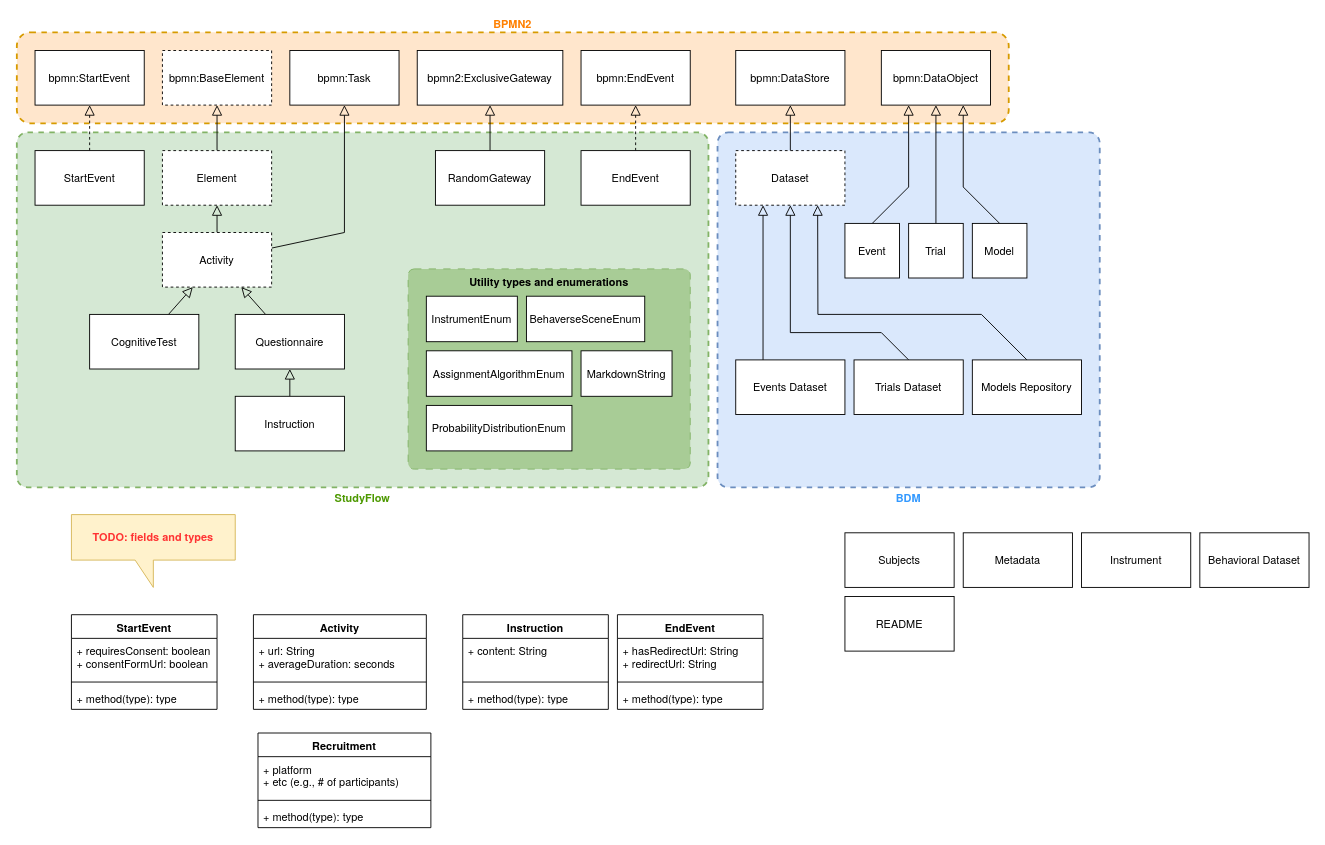
Above: page "Page-1" (1 of 6) of docs/assets/img/extra_figures.drawio in behaverse/studyflow-modeler (draw.io), before the change. Source tidied: cells renumbered, new cells numbered last; positions are measured from the earlier drawing's top-left corner, leaving out a move shared by most shapes. Both pictures are drawn from the tidied source at 91%, with x=0, y=0 at pixel (16, 32).
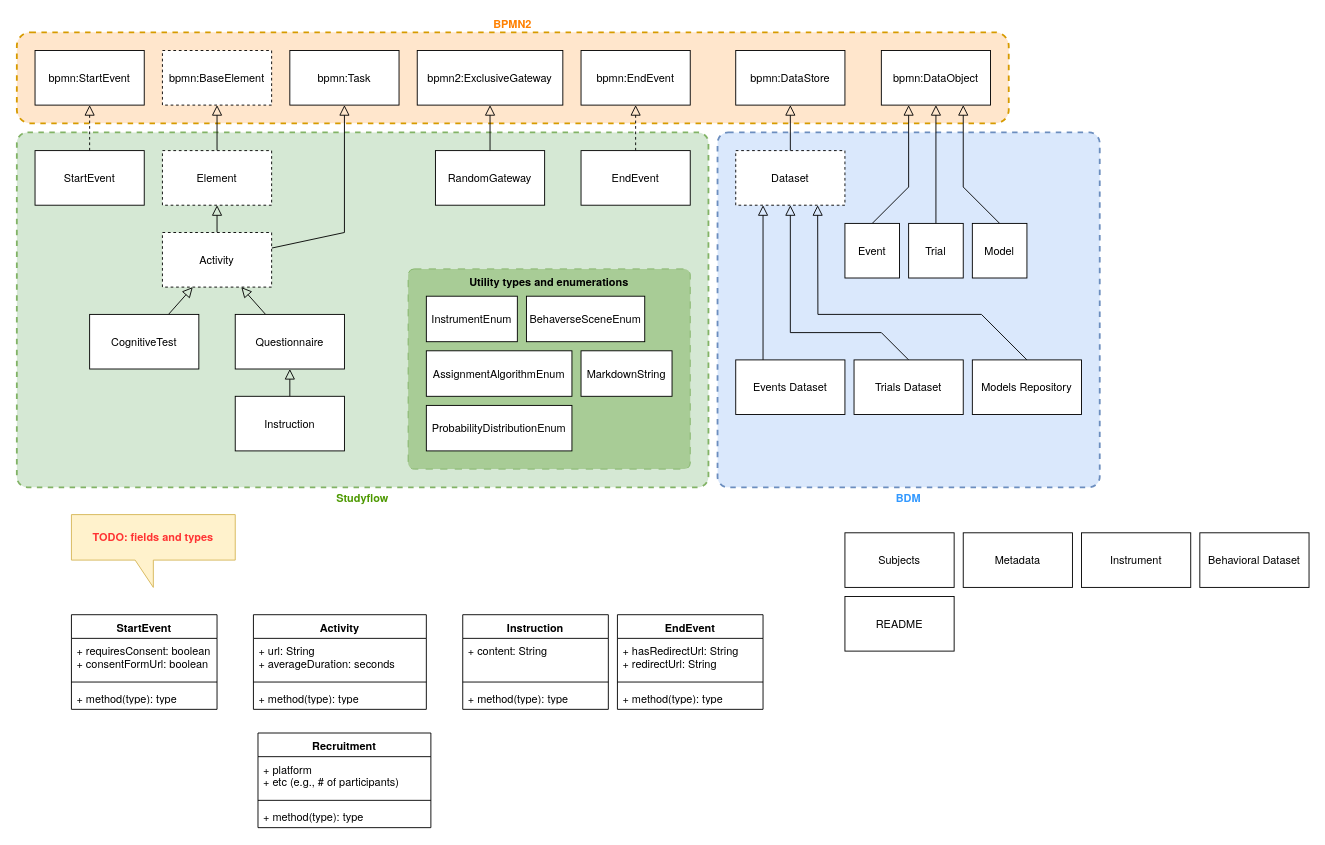
The same page after the edit.

Diff of the diagram source:
```diff
@@
-    <mxCell id="3" value="StudyFlow" style="rounded=1;whiteSpace=wrap;html=1;arcSize=3;fillColor=#d5e8d4;verticalAlign=top;fontStyle=1;dashed=1;align=center;fontFamily=Helvetica Neue;spacingTop=0;labelPosition=center;verticalLabelPosition=bottom;spacing=0;strokeWidth=2;strokeColor=#82b366;fontColor=#4D9900;" parent="1" vertex="1">
+    <mxCell id="3" value="Studyflow" style="rounded=1;whiteSpace=wrap;html=1;arcSize=3;fillColor=#d5e8d4;verticalAlign=top;fontStyle=1;dashed=1;align=center;fontFamily=Helvetica Neue;spacingTop=0;labelPosition=center;verticalLabelPosition=bottom;spacing=0;strokeWidth=2;strokeColor=#82b366;fontColor=#4D9900;" parent="1" vertex="1">
       <mxGeometry y="110" width="760" height="390" as="geometry" />
     </mxCell>
```
